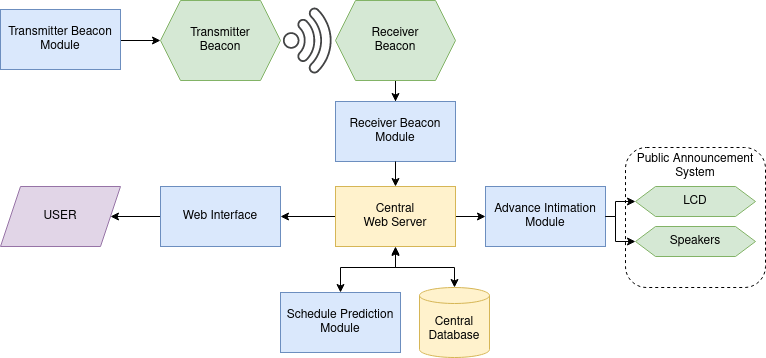
Above: assets/images/overall-architecture.png in karthik-d/LocateMyBus (draw.io), before the change. Source tidied: cells renumbered, new cells last; positions are measured from the earlier drawing's top-left corner, leaving out a move shared by most shapes.
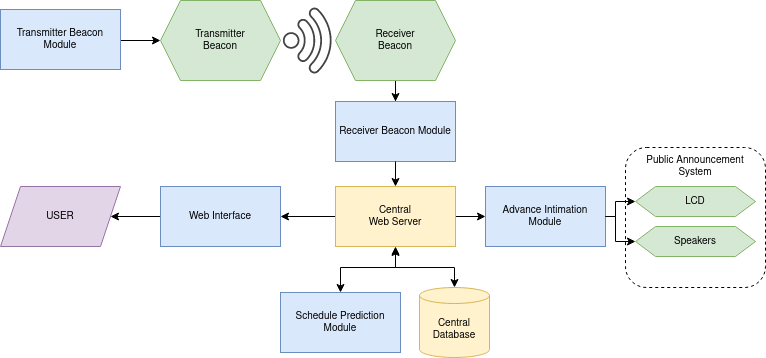
The same file after the commit.

Commit message:
arch diagram fixed

Change to the diagram source:
```diff
@@ -2,50 +2,50 @@
   <root>
     <mxCell id="0" />
     <mxCell id="1" parent="0" />
-    <mxCell id="2" style="edgeStyle=orthogonalEdgeStyle;rounded=0;jettySize=auto;html=1;" parent="1" edge="1" target="12">
+    <mxCell id="2" style="edgeStyle=orthogonalEdgeStyle;rounded=0;jettySize=auto;html=1;fontSize=10;" parent="1" edge="1" target="12">
       <mxGeometry relative="1" as="geometry">
         <mxPoint x="120" y="40" as="sourcePoint" />
       </mxGeometry>
     </mxCell>
-    <mxCell id="3" value="Transmitter Beacon Module" style="rounded=0;whiteSpace=wrap;html=1;fillColor=#dae8fc;strokeColor=#6c8ebf;" parent="1" vertex="1">
+    <mxCell id="3" value="Transmitter Beacon Module" style="rounded=0;whiteSpace=wrap;html=1;fillColor=#dae8fc;strokeColor=#6c8ebf;fontSize=10;" parent="1" vertex="1">
       <mxGeometry y="9" width="120" height="60" as="geometry" />
     </mxCell>
-    <mxCell id="4" value="Receiver Beacon Module" style="rounded=0;whiteSpace=wrap;html=1;fillColor=#dae8fc;strokeColor=#6c8ebf;" parent="1" vertex="1">
+    <mxCell id="4" value="Receiver Beacon Module" style="rounded=0;whiteSpace=wrap;html=1;fillColor=#dae8fc;strokeColor=#6c8ebf;fontSize=10;" parent="1" vertex="1">
       <mxGeometry x="335" y="101" width="120" height="60" as="geometry" />
     </mxCell>
-    <mxCell id="5" style="edgeStyle=orthogonalEdgeStyle;rounded=0;jettySize=auto;html=1;" parent="1" edge="1" target="9">
+    <mxCell id="5" style="edgeStyle=orthogonalEdgeStyle;rounded=0;jettySize=auto;html=1;fontSize=10;" parent="1" edge="1" target="9">
       <mxGeometry relative="1" as="geometry">
         <mxPoint x="430" y="216" as="sourcePoint" />
       </mxGeometry>
     </mxCell>
-    <mxCell id="6" style="edgeStyle=orthogonalEdgeStyle;rounded=0;jettySize=auto;html=1;" parent="1" edge="1" source="8" target="10">
+    <mxCell id="6" style="edgeStyle=orthogonalEdgeStyle;rounded=0;jettySize=auto;html=1;fontSize=10;" parent="1" edge="1" source="8" target="10">
       <mxGeometry relative="1" as="geometry" />
     </mxCell>
-    <mxCell id="7" style="edgeStyle=orthogonalEdgeStyle;rounded=0;jettySize=auto;html=1;exitX=1;exitY=0.5;exitDx=0;exitDy=0;entryX=0;entryY=0.5;entryDx=0;entryDy=0;startArrow=classic;startFill=1;endArrow=none;endFill=0;" parent="1" edge="1" source="8" target="20">
+    <mxCell id="7" style="edgeStyle=orthogonalEdgeStyle;rounded=0;jettySize=auto;html=1;exitX=1;exitY=0.5;exitDx=0;exitDy=0;entryX=0;entryY=0.5;entryDx=0;entryDy=0;startArrow=classic;startFill=1;endArrow=none;endFill=0;fontSize=10;" parent="1" edge="1" source="8" target="20">
       <mxGeometry relative="1" as="geometry" />
     </mxCell>
-    <mxCell id="8" value="Web Interface" style="rounded=0;whiteSpace=wrap;html=1;fillColor=#dae8fc;strokeColor=#6c8ebf;" parent="1" vertex="1">
+    <mxCell id="8" value="Web Interface" style="rounded=0;whiteSpace=wrap;html=1;fillColor=#dae8fc;strokeColor=#6c8ebf;fontSize=10;" parent="1" vertex="1">
       <mxGeometry x="160" y="186" width="120" height="60" as="geometry" />
     </mxCell>
-    <mxCell id="9" value="Advance Intimation Module" style="rounded=0;whiteSpace=wrap;html=1;fillColor=#dae8fc;strokeColor=#6c8ebf;" parent="1" vertex="1">
+    <mxCell id="9" value="Advance Intimation Module" style="rounded=0;whiteSpace=wrap;html=1;fillColor=#dae8fc;strokeColor=#6c8ebf;fontSize=10;" parent="1" vertex="1">
       <mxGeometry x="485" y="186" width="120" height="60" as="geometry" />
     </mxCell>
-    <mxCell id="10" value="USER" style="shape=parallelogram;perimeter=parallelogramPerimeter;whiteSpace=wrap;html=1;fixedSize=1;fillColor=#e1d5e7;strokeColor=#9673a6;" parent="1" vertex="1">
+    <mxCell id="10" value="USER" style="shape=parallelogram;perimeter=parallelogramPerimeter;whiteSpace=wrap;html=1;fixedSize=1;fillColor=#e1d5e7;strokeColor=#9673a6;fontSize=10;" parent="1" vertex="1">
       <mxGeometry y="186" width="120" height="60" as="geometry" />
     </mxCell>
-    <mxCell id="11" value="Schedule Prediction Module" style="rounded=0;whiteSpace=wrap;html=1;fillColor=#dae8fc;strokeColor=#6c8ebf;" parent="1" vertex="1">
+    <mxCell id="11" value="Schedule Prediction Module" style="rounded=0;whiteSpace=wrap;html=1;fillColor=#dae8fc;strokeColor=#6c8ebf;fontSize=10;" parent="1" vertex="1">
       <mxGeometry x="280" y="292" width="120" height="60" as="geometry" />
     </mxCell>
-    <mxCell id="12" value="&lt;div&gt;Transmitter&lt;/div&gt;&lt;div&gt;Beacon&lt;/div&gt;" style="shape=hexagon;perimeter=hexagonPerimeter2;whiteSpace=wrap;html=1;fixedSize=1;fillColor=#d5e8d4;strokeColor=#82b366;" parent="1" vertex="1">
+    <mxCell id="12" value="&lt;div style=&quot;font-size: 10px;&quot;&gt;Transmitter&lt;/div&gt;&lt;div style=&quot;font-size: 10px;&quot;&gt;Beacon&lt;/div&gt;" style="shape=hexagon;perimeter=hexagonPerimeter2;whiteSpace=wrap;html=1;fixedSize=1;fillColor=#d5e8d4;strokeColor=#82b366;fontSize=10;" parent="1" vertex="1">
       <mxGeometry x="160" width="120" height="80" as="geometry" />
     </mxCell>
-    <mxCell id="13" style="edgeStyle=orthogonalEdgeStyle;rounded=0;jettySize=auto;html=1;" parent="1" edge="1" source="14" target="4">
+    <mxCell id="13" style="edgeStyle=orthogonalEdgeStyle;rounded=0;jettySize=auto;html=1;fontSize=10;" parent="1" edge="1" source="14" target="4">
       <mxGeometry relative="1" as="geometry" />
     </mxCell>
-    <mxCell id="14" value="&lt;div&gt;Receiver&lt;/div&gt;&lt;div&gt;Beacon&lt;br&gt;&lt;/div&gt;" style="shape=hexagon;perimeter=hexagonPerimeter2;whiteSpace=wrap;html=1;fixedSize=1;fillColor=#d5e8d4;strokeColor=#82b366;" parent="1" vertex="1">
+    <mxCell id="14" value="&lt;div style=&quot;font-size: 10px;&quot;&gt;Receiver&lt;/div&gt;&lt;div style=&quot;font-size: 10px;&quot;&gt;Beacon&lt;br style=&quot;font-size: 10px;&quot;&gt;&lt;/div&gt;" style="shape=hexagon;perimeter=hexagonPerimeter2;whiteSpace=wrap;html=1;fixedSize=1;fillColor=#d5e8d4;strokeColor=#82b366;fontSize=10;" parent="1" vertex="1">
       <mxGeometry x="335" width="120" height="80" as="geometry" />
     </mxCell>
-    <mxCell id="15" style="edgeStyle=orthogonalEdgeStyle;rounded=0;jettySize=auto;html=1;exitX=0;exitY=0.5;exitDx=0;exitDy=0;entryX=1;entryY=0.5;entryDx=0;entryDy=0;startArrow=classic;startFill=1;endArrow=none;endFill=0;" parent="1" edge="1" source="16" target="9">
+    <mxCell id="15" style="edgeStyle=orthogonalEdgeStyle;rounded=0;jettySize=auto;html=1;exitX=0;exitY=0.5;exitDx=0;exitDy=0;entryX=1;entryY=0.5;entryDx=0;entryDy=0;startArrow=classic;startFill=1;endArrow=none;endFill=0;fontSize=10;" parent="1" edge="1" source="16" target="9">
       <mxGeometry relative="1" as="geometry">
         <Array as="points">
           <mxPoint x="615" y="241" />
@@ -53,16 +53,16 @@
         </Array>
       </mxGeometry>
     </mxCell>
-    <mxCell id="16" value="Speakers" style="shape=hexagon;perimeter=hexagonPerimeter2;whiteSpace=wrap;html=1;fixedSize=1;fillColor=#d5e8d4;strokeColor=#82b366;" parent="1" vertex="1">
+    <mxCell id="16" value="Speakers" style="shape=hexagon;perimeter=hexagonPerimeter2;whiteSpace=wrap;html=1;fixedSize=1;fillColor=#d5e8d4;strokeColor=#82b366;fontSize=10;" parent="1" vertex="1">
       <mxGeometry x="635" y="226" width="120" height="30" as="geometry" />
     </mxCell>
-    <mxCell id="17" style="sketch=0;shadow=0;dashed=0;html=1;strokeColor=none;fillColor=#434445;labelPosition=center;verticalLabelPosition=bottom;verticalAlign=top;align=center;shape=mxgraph.vvd.wi_fi;rotation=45;" parent="1" vertex="1">
+    <mxCell id="17" style="sketch=0;shadow=0;dashed=0;html=1;strokeColor=none;fillColor=#434445;labelPosition=center;verticalLabelPosition=bottom;verticalAlign=top;align=center;shape=mxgraph.vvd.wi_fi;rotation=45;fontSize=10;" parent="1" vertex="1">
       <mxGeometry x="289" y="15" width="50" height="50" as="geometry" />
     </mxCell>
-    <mxCell id="18" style="edgeStyle=orthogonalEdgeStyle;rounded=0;jettySize=auto;html=1;exitX=0.5;exitY=0;exitDx=0;exitDy=0;entryX=0.5;entryY=1;entryDx=0;entryDy=0;startArrow=classic;startFill=1;endArrow=none;endFill=0;" parent="1" edge="1" source="20" target="4">
+    <mxCell id="18" style="edgeStyle=orthogonalEdgeStyle;rounded=0;jettySize=auto;html=1;exitX=0.5;exitY=0;exitDx=0;exitDy=0;entryX=0.5;entryY=1;entryDx=0;entryDy=0;startArrow=classic;startFill=1;endArrow=none;endFill=0;fontSize=10;" parent="1" edge="1" source="20" target="4">
       <mxGeometry relative="1" as="geometry" />
     </mxCell>
-    <mxCell id="19" style="edgeStyle=orthogonalEdgeStyle;rounded=0;jettySize=auto;html=1;exitX=0.5;exitY=1;exitDx=0;exitDy=0;startArrow=classic;startFill=1;endArrow=classic;endFill=1;" parent="1" edge="1" source="20" target="11">
+    <mxCell id="19" style="edgeStyle=orthogonalEdgeStyle;rounded=0;jettySize=auto;html=1;exitX=0.5;exitY=1;exitDx=0;exitDy=0;startArrow=classic;startFill=1;endArrow=classic;endFill=1;fontSize=10;" parent="1" edge="1" source="20" target="11">
       <mxGeometry relative="1" as="geometry">
         <Array as="points">
           <mxPoint x="395" y="267" />
@@ -70,10 +70,10 @@
         </Array>
       </mxGeometry>
     </mxCell>
-    <mxCell id="20" value="Central&lt;div&gt;Web Server&lt;/div&gt;" style="rounded=0;whiteSpace=wrap;html=1;fillColor=#fff2cc;strokeColor=#d6b656;" parent="1" vertex="1">
+    <mxCell id="20" value="Central&lt;div style=&quot;font-size: 10px;&quot;&gt;Web Server&lt;/div&gt;" style="rounded=0;whiteSpace=wrap;html=1;fillColor=#fff2cc;strokeColor=#d6b656;fontSize=10;" parent="1" vertex="1">
       <mxGeometry x="335" y="186" width="120" height="60" as="geometry" />
     </mxCell>
-    <mxCell id="21" style="edgeStyle=orthogonalEdgeStyle;rounded=0;jettySize=auto;html=1;exitX=0;exitY=0.5;exitDx=0;exitDy=0;entryX=1;entryY=0.5;entryDx=0;entryDy=0;startArrow=classic;startFill=1;endArrow=none;endFill=0;" parent="1" edge="1" source="22" target="9">
+    <mxCell id="21" style="edgeStyle=orthogonalEdgeStyle;rounded=0;jettySize=auto;html=1;exitX=0;exitY=0.5;exitDx=0;exitDy=0;entryX=1;entryY=0.5;entryDx=0;entryDy=0;startArrow=classic;startFill=1;endArrow=none;endFill=0;fontSize=10;" parent="1" edge="1" source="22" target="9">
       <mxGeometry relative="1" as="geometry">
         <Array as="points">
           <mxPoint x="615" y="201" />
@@ -81,21 +81,21 @@
         </Array>
       </mxGeometry>
     </mxCell>
-    <mxCell id="22" value="LCD" style="shape=hexagon;perimeter=hexagonPerimeter2;whiteSpace=wrap;html=1;fixedSize=1;fillColor=#d5e8d4;strokeColor=#82b366;" parent="1" vertex="1">
+    <mxCell id="22" value="LCD" style="shape=hexagon;perimeter=hexagonPerimeter2;whiteSpace=wrap;html=1;fixedSize=1;fillColor=#d5e8d4;strokeColor=#82b366;fontSize=10;" parent="1" vertex="1">
       <mxGeometry x="635" y="186" width="120" height="30" as="geometry" />
     </mxCell>
-    <mxCell id="23" style="rounded=1;whiteSpace=wrap;html=1;fillColor=none;dashed=1;" parent="1" vertex="1">
+    <mxCell id="23" style="rounded=1;whiteSpace=wrap;html=1;fillColor=none;dashed=1;fontSize=10;" parent="1" vertex="1">
       <mxGeometry x="625" y="147" width="140" height="140" as="geometry" />
     </mxCell>
-    <mxCell id="24" value="Public Announcement System" style="text;html=1;strokeColor=none;fillColor=none;align=center;verticalAlign=middle;whiteSpace=wrap;rounded=0;dashed=1;" parent="1" vertex="1">
+    <mxCell id="24" value="Public Announcement System" style="text;html=1;strokeColor=none;fillColor=none;align=center;verticalAlign=middle;whiteSpace=wrap;rounded=0;dashed=1;fontSize=10;" parent="1" vertex="1">
       <mxGeometry x="635" y="151" width="120" height="30" as="geometry" />
     </mxCell>
-    <mxCell id="25" style="edgeStyle=orthogonalEdgeStyle;rounded=0;jettySize=auto;html=1;exitX=0.5;exitY=0;exitDx=0;exitDy=0;exitPerimeter=0;startArrow=classic;startFill=1;" parent="1" edge="1" source="26">
+    <mxCell id="25" style="edgeStyle=orthogonalEdgeStyle;rounded=0;jettySize=auto;html=1;exitX=0.5;exitY=0;exitDx=0;exitDy=0;exitPerimeter=0;startArrow=classic;startFill=1;fontSize=10;" parent="1" edge="1" source="26">
       <mxGeometry relative="1" as="geometry">
         <mxPoint x="395" y="247" as="targetPoint" />
       </mxGeometry>
     </mxCell>
-    <mxCell id="26" value="Central Database" style="shape=cylinder3;whiteSpace=wrap;html=1;boundedLbl=1;backgroundOutline=1;size=8;fillColor=#fff2cc;strokeColor=#d6b656;" parent="1" vertex="1">
+    <mxCell id="26" value="Central Database" style="shape=cylinder3;whiteSpace=wrap;html=1;boundedLbl=1;backgroundOutline=1;size=8;fillColor=#fff2cc;strokeColor=#d6b656;fontSize=10;" parent="1" vertex="1">
       <mxGeometry x="419" y="287" width="70" height="70" as="geometry" />
     </mxCell>
   </root>
```
